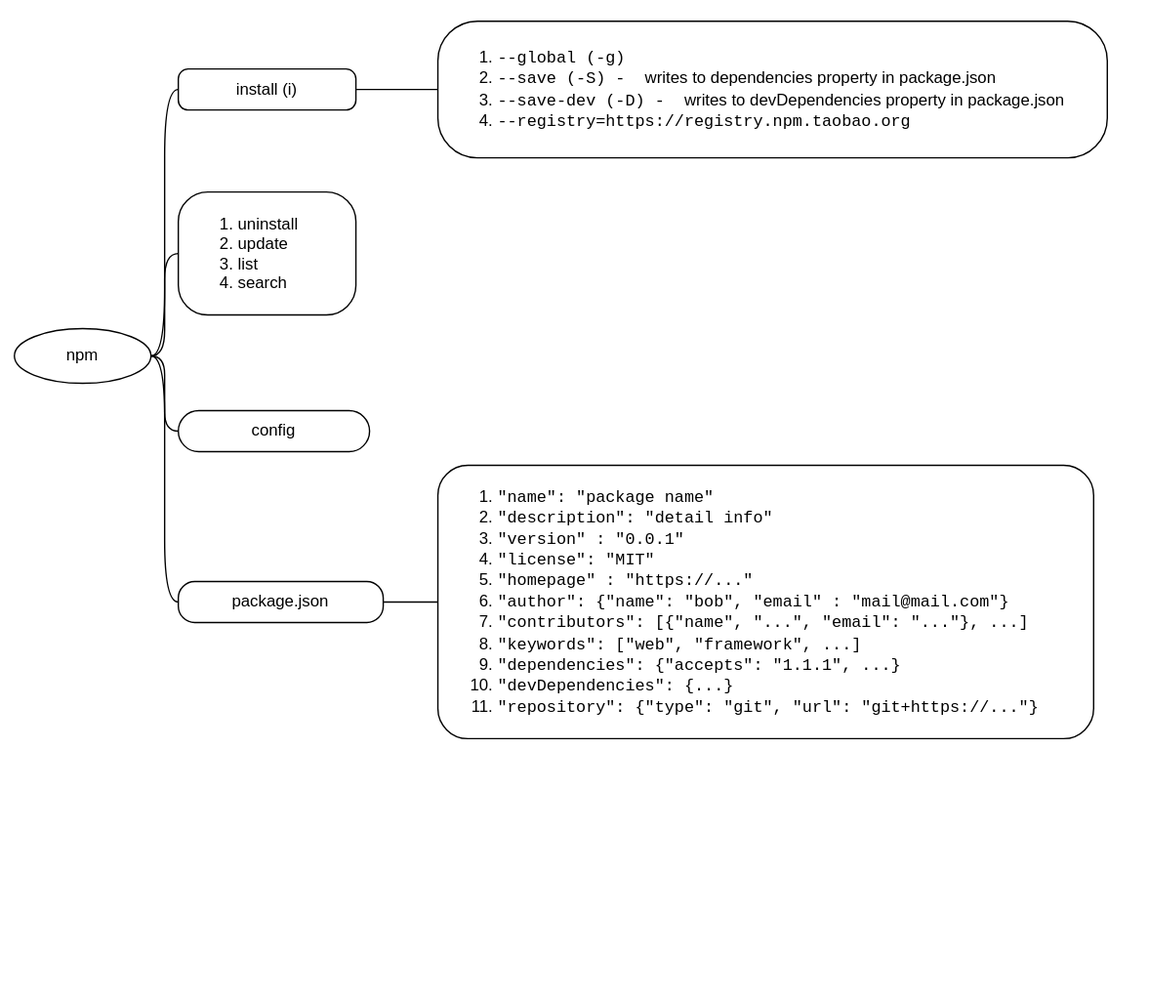
The draw.io diagram languages/javascript/vue/npm.drawio.svg in yangdj/tf_docs, before a commit. Source tidied: cells renumbered, new cells last; positions are measured from the earlier drawing's top-left corner, leaving out a move shared by most shapes. Its diagram source:
```xml
<mxGraphModel>
  <root>
    <mxCell id="0" />
    <mxCell id="1" parent="0" />
    <mxCell id="2" style="swimlane;html=1;startSize=20;horizontal=1;containerType=tree;fillColor=none;strokeColor=none;align=left;" parent="1" vertex="1">
      <mxGeometry width="840" height="730" as="geometry" />
    </mxCell>
    <mxCell id="3" style="edgeStyle=entityRelationEdgeStyle;startArrow=none;endArrow=none;segment=10;curved=1;" parent="2" edge="1" source="4" target="5">
      <mxGeometry relative="1" as="geometry" />
    </mxCell>
    <mxCell id="4" value="npm" style="ellipse;whiteSpace=wrap;html=1;align=center;newEdgeStyle={&quot;edgeStyle&quot;:&quot;entityRelationEdgeStyle&quot;,&quot;startArrow&quot;:&quot;none&quot;,&quot;endArrow&quot;:&quot;none&quot;,&quot;segment&quot;:10,&quot;curved&quot;:1};" parent="2" vertex="1">
      <mxGeometry x="10" y="240" width="100" height="40" as="geometry" />
    </mxCell>
    <mxCell id="5" value="&lt;span&gt;install (i)&lt;/span&gt;" style="whiteSpace=wrap;html=1;rounded=1;arcSize=24;align=center;verticalAlign=middle;strokeWidth=1;spacing=4;newEdgeStyle={&quot;edgeStyle&quot;:&quot;entityRelationEdgeStyle&quot;,&quot;startArrow&quot;:&quot;none&quot;,&quot;endArrow&quot;:&quot;none&quot;,&quot;segment&quot;:10,&quot;curved&quot;:1};" parent="2" vertex="1">
      <mxGeometry x="130" y="50" width="130" height="30" as="geometry" />
    </mxCell>
    <mxCell id="6" style="edgeStyle=entityRelationEdgeStyle;startArrow=none;endArrow=none;segment=10;curved=1;" parent="2" edge="1" source="5" target="7">
      <mxGeometry relative="1" as="geometry" />
    </mxCell>
    <mxCell id="7" value="&lt;ol&gt;&lt;li&gt;&lt;font face=&quot;Courier New&quot;&gt;--global (-g)&lt;/font&gt;&lt;/li&gt;&lt;li&gt;&lt;font face=&quot;Courier New&quot;&gt;--save (-S) -&amp;nbsp;&lt;/font&gt;writes to dependencies property in package.json&lt;/li&gt;&lt;li&gt;&lt;font face=&quot;Courier New&quot;&gt;--save-dev (-D) -&amp;nbsp;&lt;/font&gt;writes to devDependencies property in package.json&lt;/li&gt;&lt;li&gt;&lt;font face=&quot;Courier New&quot;&gt;--registry=https://registry.npm.taobao.org&lt;/font&gt;&lt;br&gt;&lt;/li&gt;&lt;/ol&gt;" style="whiteSpace=wrap;html=1;rounded=1;arcSize=29;align=left;verticalAlign=middle;strokeWidth=1;spacing=4;newEdgeStyle={&quot;edgeStyle&quot;:&quot;entityRelationEdgeStyle&quot;,&quot;startArrow&quot;:&quot;none&quot;,&quot;endArrow&quot;:&quot;none&quot;,&quot;segment&quot;:10,&quot;curved&quot;:1};" parent="2" vertex="1">
      <mxGeometry x="320" y="15" width="490" height="100" as="geometry" />
    </mxCell>
    <mxCell id="8" style="edgeStyle=entityRelationEdgeStyle;startArrow=none;endArrow=none;segment=10;curved=1;" parent="2" edge="1" source="4" target="9">
      <mxGeometry relative="1" as="geometry" />
    </mxCell>
    <mxCell id="9" value="config" style="whiteSpace=wrap;html=1;rounded=1;arcSize=50;align=center;verticalAlign=middle;strokeWidth=1;spacing=4;newEdgeStyle={&quot;edgeStyle&quot;:&quot;entityRelationEdgeStyle&quot;,&quot;startArrow&quot;:&quot;none&quot;,&quot;endArrow&quot;:&quot;none&quot;,&quot;segment&quot;:10,&quot;curved&quot;:1};" parent="2" vertex="1" collapsed="1">
      <mxGeometry x="130" y="300" width="140" height="30" as="geometry" />
    </mxCell>
    <mxCell id="10" style="edgeStyle=entityRelationEdgeStyle;startArrow=none;endArrow=none;segment=10;curved=1;" parent="2" edge="1" source="4" target="11">
      <mxGeometry relative="1" as="geometry" />
    </mxCell>
    <mxCell id="11" value="package.json" style="whiteSpace=wrap;html=1;rounded=1;arcSize=40;align=center;verticalAlign=middle;strokeWidth=1;spacing=4;newEdgeStyle={&quot;edgeStyle&quot;:&quot;entityRelationEdgeStyle&quot;,&quot;startArrow&quot;:&quot;none&quot;,&quot;endArrow&quot;:&quot;none&quot;,&quot;segment&quot;:10,&quot;curved&quot;:1};" parent="2" vertex="1">
      <mxGeometry x="130" y="425" width="150" height="30" as="geometry" />
    </mxCell>
    <mxCell id="12" style="edgeStyle=entityRelationEdgeStyle;startArrow=none;endArrow=none;segment=10;curved=1;" parent="2" edge="1" source="11" target="13">
      <mxGeometry relative="1" as="geometry" />
    </mxCell>
    <mxCell id="13" value="&lt;ol&gt;&lt;li&gt;&lt;font face=&quot;Courier New&quot;&gt;&quot;name&quot;: &quot;package name&quot;&lt;/font&gt;&lt;/li&gt;&lt;li&gt;&lt;font face=&quot;Courier New&quot;&gt;&quot;description&quot;: &quot;detail info&quot;&lt;/font&gt;&lt;/li&gt;&lt;li&gt;&lt;font face=&quot;Courier New&quot;&gt;&quot;version&quot; : &quot;0.0.1&quot;&lt;/font&gt;&lt;/li&gt;&lt;li&gt;&lt;font face=&quot;Courier New&quot;&gt;&quot;license&quot;: &quot;MIT&quot;&lt;/font&gt;&lt;/li&gt;&lt;li&gt;&lt;font face=&quot;Courier New&quot;&gt;&quot;homepage&quot; : &quot;https://...&quot;&lt;/font&gt;&lt;/li&gt;&lt;li&gt;&lt;font face=&quot;Courier New&quot;&gt;&quot;author&quot;: {&quot;name&quot;: &quot;bob&quot;, &quot;email&quot; : &quot;mail@mail.com&quot;}&lt;/font&gt;&lt;/li&gt;&lt;li&gt;&lt;font face=&quot;Courier New&quot;&gt;&quot;contributors&quot;: [{&quot;name&quot;, &quot;...&quot;, &quot;email&quot;: &quot;...&quot;}, ...]&lt;/font&gt;&lt;/li&gt;&lt;li&gt;&lt;font face=&quot;Courier New&quot;&gt;&quot;keywords&quot;: [&quot;web&quot;, &quot;framework&quot;, ...]&lt;/font&gt;&lt;/li&gt;&lt;li&gt;&lt;font face=&quot;Courier New&quot;&gt;&quot;dependencies&quot;: {&quot;accepts&quot;: &quot;1.1.1&quot;, ...}&lt;/font&gt;&lt;/li&gt;&lt;li&gt;&lt;font face=&quot;Courier New&quot;&gt;&quot;devDependencies&quot;: {...}&lt;/font&gt;&lt;/li&gt;&lt;li&gt;&lt;font face=&quot;Courier New&quot;&gt;&quot;repository&quot;: {&quot;type&quot;: &quot;git&quot;, &quot;url&quot;: &quot;git+https://...&quot;}&lt;/font&gt;&lt;/li&gt;&lt;/ol&gt;" style="whiteSpace=wrap;html=1;rounded=1;arcSize=11;align=left;verticalAlign=middle;strokeWidth=1;spacing=4;newEdgeStyle={&quot;edgeStyle&quot;:&quot;entityRelationEdgeStyle&quot;,&quot;startArrow&quot;:&quot;none&quot;,&quot;endArrow&quot;:&quot;none&quot;,&quot;segment&quot;:10,&quot;curved&quot;:1};" parent="2" vertex="1">
      <mxGeometry x="320" y="340" width="480" height="200" as="geometry" />
    </mxCell>
    <mxCell id="14" style="edgeStyle=entityRelationEdgeStyle;startArrow=none;endArrow=none;segment=10;curved=1;" parent="2" edge="1" source="4" target="15">
      <mxGeometry relative="1" as="geometry" />
    </mxCell>
    <mxCell id="15" value="&lt;ol&gt;&lt;li&gt;&lt;span&gt;uninstall&lt;/span&gt;&lt;br&gt;&lt;/li&gt;&lt;li&gt;update&lt;/li&gt;&lt;li&gt;list&lt;/li&gt;&lt;li&gt;search&lt;/li&gt;&lt;/ol&gt;" style="whiteSpace=wrap;html=1;rounded=1;arcSize=24;align=left;verticalAlign=middle;strokeWidth=1;spacing=4;newEdgeStyle={&quot;edgeStyle&quot;:&quot;entityRelationEdgeStyle&quot;,&quot;startArrow&quot;:&quot;none&quot;,&quot;endArrow&quot;:&quot;none&quot;,&quot;segment&quot;:10,&quot;curved&quot;:1};" parent="2" vertex="1">
      <mxGeometry x="130" y="140" width="130" height="90" as="geometry" />
    </mxCell>
  </root>
</mxGraphModel>
```
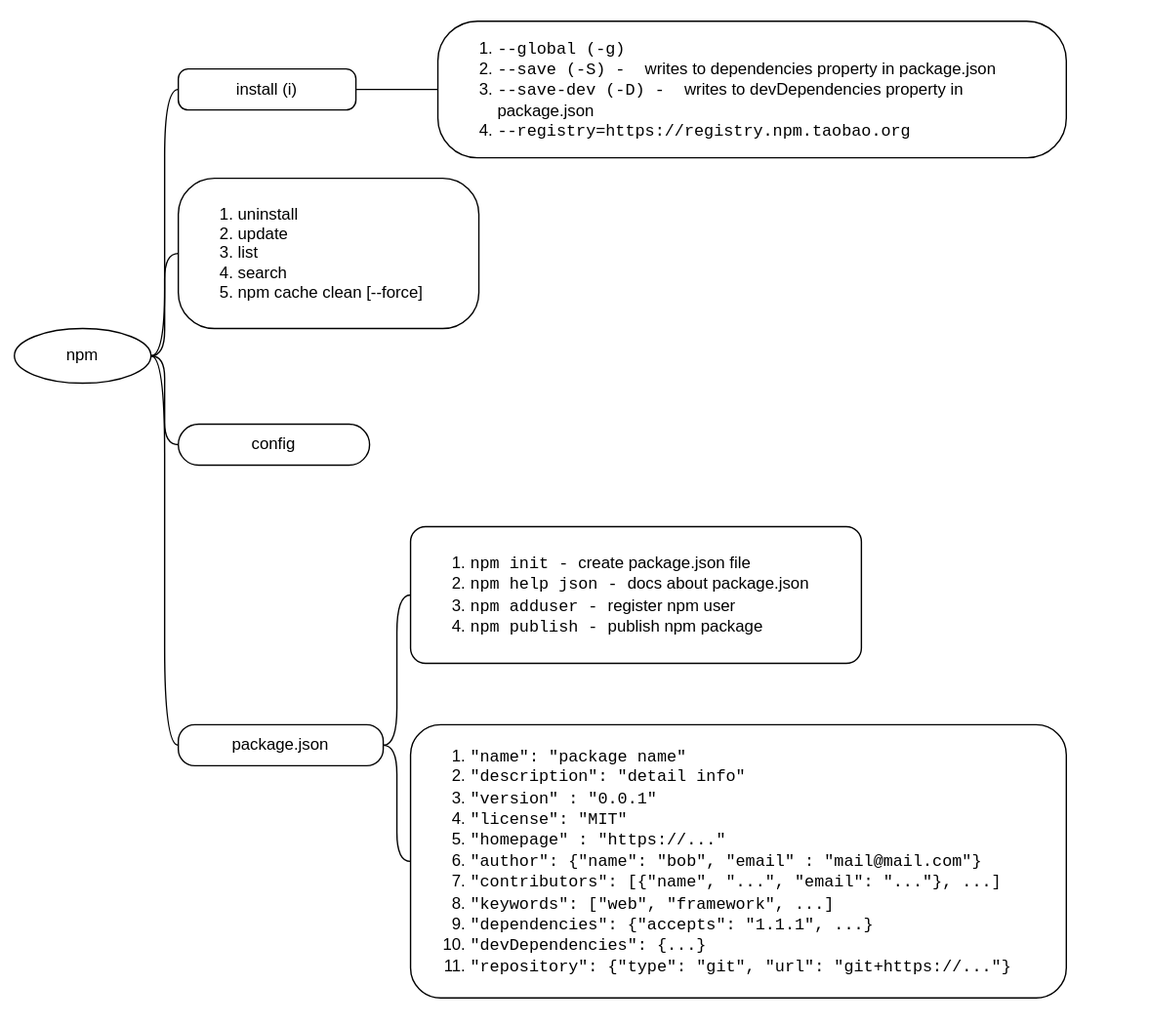
Later version of the same file.

Diff of the diagram source:
```diff
@@ -3,7 +3,7 @@
     <mxCell id="0" />
     <mxCell id="1" parent="0" />
     <mxCell id="2" style="swimlane;html=1;startSize=20;horizontal=1;containerType=tree;fillColor=none;strokeColor=none;align=left;" parent="1" vertex="1">
-      <mxGeometry width="840" height="730" as="geometry" />
+      <mxGeometry width="840" height="750" as="geometry" />
     </mxCell>
     <mxCell id="3" style="edgeStyle=entityRelationEdgeStyle;startArrow=none;endArrow=none;segment=10;curved=1;" parent="2" edge="1" source="4" target="5">
       <mxGeometry relative="1" as="geometry" />
@@ -18,31 +18,37 @@
       <mxGeometry relative="1" as="geometry" />
     </mxCell>
     <mxCell id="7" value="&lt;ol&gt;&lt;li&gt;&lt;font face=&quot;Courier New&quot;&gt;--global (-g)&lt;/font&gt;&lt;/li&gt;&lt;li&gt;&lt;font face=&quot;Courier New&quot;&gt;--save (-S) -&amp;nbsp;&lt;/font&gt;writes to dependencies property in package.json&lt;/li&gt;&lt;li&gt;&lt;font face=&quot;Courier New&quot;&gt;--save-dev (-D) -&amp;nbsp;&lt;/font&gt;writes to devDependencies property in package.json&lt;/li&gt;&lt;li&gt;&lt;font face=&quot;Courier New&quot;&gt;--registry=https://registry.npm.taobao.org&lt;/font&gt;&lt;br&gt;&lt;/li&gt;&lt;/ol&gt;" style="whiteSpace=wrap;html=1;rounded=1;arcSize=29;align=left;verticalAlign=middle;strokeWidth=1;spacing=4;newEdgeStyle={&quot;edgeStyle&quot;:&quot;entityRelationEdgeStyle&quot;,&quot;startArrow&quot;:&quot;none&quot;,&quot;endArrow&quot;:&quot;none&quot;,&quot;segment&quot;:10,&quot;curved&quot;:1};" parent="2" vertex="1">
-      <mxGeometry x="320" y="15" width="490" height="100" as="geometry" />
+      <mxGeometry x="320" y="15" width="460" height="100" as="geometry" />
     </mxCell>
     <mxCell id="8" style="edgeStyle=entityRelationEdgeStyle;startArrow=none;endArrow=none;segment=10;curved=1;" parent="2" edge="1" source="4" target="9">
       <mxGeometry relative="1" as="geometry" />
     </mxCell>
     <mxCell id="9" value="config" style="whiteSpace=wrap;html=1;rounded=1;arcSize=50;align=center;verticalAlign=middle;strokeWidth=1;spacing=4;newEdgeStyle={&quot;edgeStyle&quot;:&quot;entityRelationEdgeStyle&quot;,&quot;startArrow&quot;:&quot;none&quot;,&quot;endArrow&quot;:&quot;none&quot;,&quot;segment&quot;:10,&quot;curved&quot;:1};" parent="2" vertex="1" collapsed="1">
-      <mxGeometry x="130" y="300" width="140" height="30" as="geometry" />
+      <mxGeometry x="130" y="310" width="140" height="30" as="geometry" />
     </mxCell>
     <mxCell id="10" style="edgeStyle=entityRelationEdgeStyle;startArrow=none;endArrow=none;segment=10;curved=1;" parent="2" edge="1" source="4" target="11">
       <mxGeometry relative="1" as="geometry" />
     </mxCell>
     <mxCell id="11" value="package.json" style="whiteSpace=wrap;html=1;rounded=1;arcSize=40;align=center;verticalAlign=middle;strokeWidth=1;spacing=4;newEdgeStyle={&quot;edgeStyle&quot;:&quot;entityRelationEdgeStyle&quot;,&quot;startArrow&quot;:&quot;none&quot;,&quot;endArrow&quot;:&quot;none&quot;,&quot;segment&quot;:10,&quot;curved&quot;:1};" parent="2" vertex="1">
-      <mxGeometry x="130" y="425" width="150" height="30" as="geometry" />
+      <mxGeometry x="130" y="530" width="150" height="30" as="geometry" />
     </mxCell>
     <mxCell id="12" style="edgeStyle=entityRelationEdgeStyle;startArrow=none;endArrow=none;segment=10;curved=1;" parent="2" edge="1" source="11" target="13">
       <mxGeometry relative="1" as="geometry" />
     </mxCell>
-    <mxCell id="13" value="&lt;ol&gt;&lt;li&gt;&lt;font face=&quot;Courier New&quot;&gt;&quot;name&quot;: &quot;package name&quot;&lt;/font&gt;&lt;/li&gt;&lt;li&gt;&lt;font face=&quot;Courier New&quot;&gt;&quot;description&quot;: &quot;detail info&quot;&lt;/font&gt;&lt;/li&gt;&lt;li&gt;&lt;font face=&quot;Courier New&quot;&gt;&quot;version&quot; : &quot;0.0.1&quot;&lt;/font&gt;&lt;/li&gt;&lt;li&gt;&lt;font face=&quot;Courier New&quot;&gt;&quot;license&quot;: &quot;MIT&quot;&lt;/font&gt;&lt;/li&gt;&lt;li&gt;&lt;font face=&quot;Courier New&quot;&gt;&quot;homepage&quot; : &quot;https://...&quot;&lt;/font&gt;&lt;/li&gt;&lt;li&gt;&lt;font face=&quot;Courier New&quot;&gt;&quot;author&quot;: {&quot;name&quot;: &quot;bob&quot;, &quot;email&quot; : &quot;mail@mail.com&quot;}&lt;/font&gt;&lt;/li&gt;&lt;li&gt;&lt;font face=&quot;Courier New&quot;&gt;&quot;contributors&quot;: [{&quot;name&quot;, &quot;...&quot;, &quot;email&quot;: &quot;...&quot;}, ...]&lt;/font&gt;&lt;/li&gt;&lt;li&gt;&lt;font face=&quot;Courier New&quot;&gt;&quot;keywords&quot;: [&quot;web&quot;, &quot;framework&quot;, ...]&lt;/font&gt;&lt;/li&gt;&lt;li&gt;&lt;font face=&quot;Courier New&quot;&gt;&quot;dependencies&quot;: {&quot;accepts&quot;: &quot;1.1.1&quot;, ...}&lt;/font&gt;&lt;/li&gt;&lt;li&gt;&lt;font face=&quot;Courier New&quot;&gt;&quot;devDependencies&quot;: {...}&lt;/font&gt;&lt;/li&gt;&lt;li&gt;&lt;font face=&quot;Courier New&quot;&gt;&quot;repository&quot;: {&quot;type&quot;: &quot;git&quot;, &quot;url&quot;: &quot;git+https://...&quot;}&lt;/font&gt;&lt;/li&gt;&lt;/ol&gt;" style="whiteSpace=wrap;html=1;rounded=1;arcSize=11;align=left;verticalAlign=middle;strokeWidth=1;spacing=4;newEdgeStyle={&quot;edgeStyle&quot;:&quot;entityRelationEdgeStyle&quot;,&quot;startArrow&quot;:&quot;none&quot;,&quot;endArrow&quot;:&quot;none&quot;,&quot;segment&quot;:10,&quot;curved&quot;:1};" parent="2" vertex="1">
-      <mxGeometry x="320" y="340" width="480" height="200" as="geometry" />
+    <mxCell id="13" value="&lt;ol&gt;&lt;li&gt;&lt;font&gt;&lt;font face=&quot;Courier New&quot;&gt;npm init - &lt;/font&gt;create package.json file&lt;/font&gt;&lt;/li&gt;&lt;li&gt;&lt;font&gt;&lt;font face=&quot;Courier New&quot;&gt;npm help json - &lt;/font&gt;docs about package.json&lt;/font&gt;&lt;/li&gt;&lt;li&gt;&lt;font&gt;&lt;font face=&quot;Courier New&quot;&gt;npm adduser - &lt;/font&gt;register npm user&lt;/font&gt;&lt;/li&gt;&lt;li&gt;&lt;font&gt;&lt;font face=&quot;Courier New&quot;&gt;npm publish - &lt;/font&gt;publish npm package&lt;/font&gt;&lt;/li&gt;&lt;/ol&gt;" style="whiteSpace=wrap;html=1;rounded=1;arcSize=11;align=left;verticalAlign=middle;strokeWidth=1;spacing=4;newEdgeStyle={&quot;edgeStyle&quot;:&quot;entityRelationEdgeStyle&quot;,&quot;startArrow&quot;:&quot;none&quot;,&quot;endArrow&quot;:&quot;none&quot;,&quot;segment&quot;:10,&quot;curved&quot;:1};fontFamily=Helvetica;" parent="2" vertex="1">
+      <mxGeometry x="300" y="385" width="330" height="100" as="geometry" />
     </mxCell>
     <mxCell id="14" style="edgeStyle=entityRelationEdgeStyle;startArrow=none;endArrow=none;segment=10;curved=1;" parent="2" edge="1" source="4" target="15">
       <mxGeometry relative="1" as="geometry" />
     </mxCell>
-    <mxCell id="15" value="&lt;ol&gt;&lt;li&gt;&lt;span&gt;uninstall&lt;/span&gt;&lt;br&gt;&lt;/li&gt;&lt;li&gt;update&lt;/li&gt;&lt;li&gt;list&lt;/li&gt;&lt;li&gt;search&lt;/li&gt;&lt;/ol&gt;" style="whiteSpace=wrap;html=1;rounded=1;arcSize=24;align=left;verticalAlign=middle;strokeWidth=1;spacing=4;newEdgeStyle={&quot;edgeStyle&quot;:&quot;entityRelationEdgeStyle&quot;,&quot;startArrow&quot;:&quot;none&quot;,&quot;endArrow&quot;:&quot;none&quot;,&quot;segment&quot;:10,&quot;curved&quot;:1};" parent="2" vertex="1">
-      <mxGeometry x="130" y="140" width="130" height="90" as="geometry" />
+    <mxCell id="15" value="&lt;ol&gt;&lt;li&gt;&lt;span&gt;uninstall&lt;/span&gt;&lt;br&gt;&lt;/li&gt;&lt;li&gt;update&lt;/li&gt;&lt;li&gt;list&lt;/li&gt;&lt;li&gt;search&lt;/li&gt;&lt;li&gt;npm cache clean [--force]&lt;/li&gt;&lt;/ol&gt;" style="whiteSpace=wrap;html=1;rounded=1;arcSize=24;align=left;verticalAlign=middle;strokeWidth=1;spacing=4;newEdgeStyle={&quot;edgeStyle&quot;:&quot;entityRelationEdgeStyle&quot;,&quot;startArrow&quot;:&quot;none&quot;,&quot;endArrow&quot;:&quot;none&quot;,&quot;segment&quot;:10,&quot;curved&quot;:1};" parent="2" vertex="1">
+      <mxGeometry x="130" y="130" width="220" height="110" as="geometry" />
     </mxCell>
+    <mxCell id="16" style="edgeStyle=entityRelationEdgeStyle;startArrow=none;endArrow=none;segment=10;curved=1;" parent="2" edge="1" source="11" target="17">
+      <mxGeometry relative="1" as="geometry" />
+    </mxCell>
+    <mxCell id="17" value="&lt;ol&gt;&lt;li&gt;&lt;font face=&quot;Courier New&quot;&gt;&quot;name&quot;: &quot;package name&quot;&lt;/font&gt;&lt;/li&gt;&lt;li&gt;&lt;font face=&quot;Courier New&quot;&gt;&quot;description&quot;: &quot;detail info&quot;&lt;/font&gt;&lt;/li&gt;&lt;li&gt;&lt;font face=&quot;Courier New&quot;&gt;&quot;version&quot; : &quot;0.0.1&quot;&lt;/font&gt;&lt;/li&gt;&lt;li&gt;&lt;font face=&quot;Courier New&quot;&gt;&quot;license&quot;: &quot;MIT&quot;&lt;/font&gt;&lt;/li&gt;&lt;li&gt;&lt;font face=&quot;Courier New&quot;&gt;&quot;homepage&quot; : &quot;https://...&quot;&lt;/font&gt;&lt;/li&gt;&lt;li&gt;&lt;font face=&quot;Courier New&quot;&gt;&quot;author&quot;: {&quot;name&quot;: &quot;bob&quot;, &quot;email&quot; : &quot;mail@mail.com&quot;}&lt;/font&gt;&lt;/li&gt;&lt;li&gt;&lt;font face=&quot;Courier New&quot;&gt;&quot;contributors&quot;: [{&quot;name&quot;, &quot;...&quot;, &quot;email&quot;: &quot;...&quot;}, ...]&lt;/font&gt;&lt;/li&gt;&lt;li&gt;&lt;font face=&quot;Courier New&quot;&gt;&quot;keywords&quot;: [&quot;web&quot;, &quot;framework&quot;, ...]&lt;/font&gt;&lt;/li&gt;&lt;li&gt;&lt;font face=&quot;Courier New&quot;&gt;&quot;dependencies&quot;: {&quot;accepts&quot;: &quot;1.1.1&quot;, ...}&lt;/font&gt;&lt;/li&gt;&lt;li&gt;&lt;font face=&quot;Courier New&quot;&gt;&quot;devDependencies&quot;: {...}&lt;/font&gt;&lt;/li&gt;&lt;li&gt;&lt;font face=&quot;Courier New&quot;&gt;&quot;repository&quot;: {&quot;type&quot;: &quot;git&quot;, &quot;url&quot;: &quot;git+https://...&quot;}&lt;/font&gt;&lt;/li&gt;&lt;/ol&gt;" style="whiteSpace=wrap;html=1;rounded=1;arcSize=11;align=left;verticalAlign=middle;strokeWidth=1;spacing=4;newEdgeStyle={&quot;edgeStyle&quot;:&quot;entityRelationEdgeStyle&quot;,&quot;startArrow&quot;:&quot;none&quot;,&quot;endArrow&quot;:&quot;none&quot;,&quot;segment&quot;:10,&quot;curved&quot;:1};" parent="2" vertex="1">
+      <mxGeometry x="300" y="530" width="480" height="200" as="geometry" />
+    </mxCell>
   </root>
 </mxGraphModel>
```
